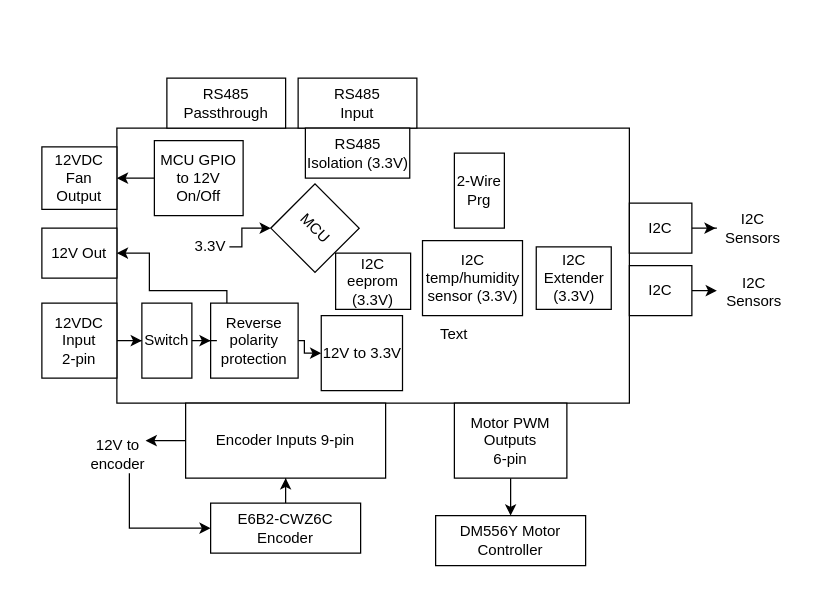
This is jrdish_axis_controller/docs/board_diagram.drawio from jrseti/pcbs, a draw.io file, before an edit. Source tidied: cells renumbered, new cells numbered last; positions are measured from the earlier drawing's top-left corner, leaving out a move shared by most shapes. Both pictures are drawn from the tidied source at 125%, with x=0, y=0 at pixel (41, 78).
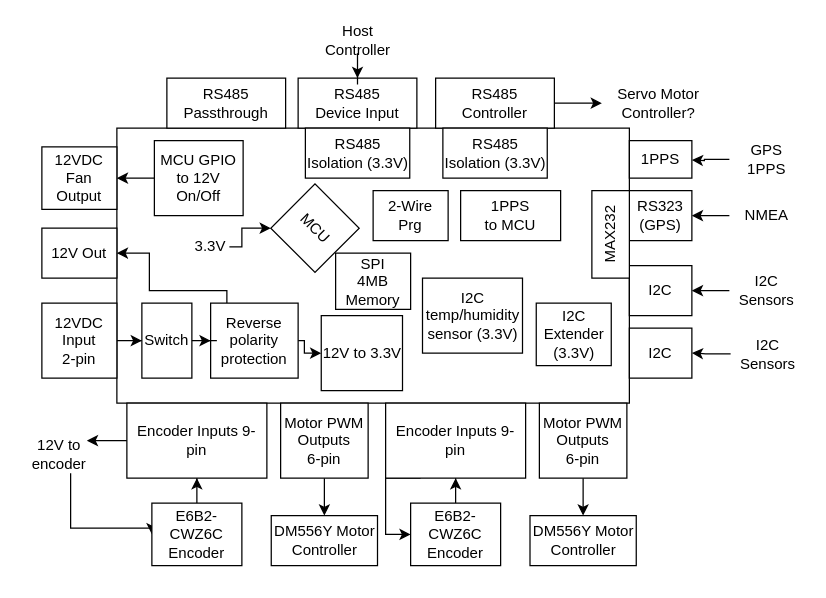
The same page after the edit.

Change to the diagram source:
```diff
@@
     <mxCell id="4" value="Motor PWM&lt;div&gt;Outputs&lt;/div&gt;&lt;div&gt;6-pin&lt;/div&gt;" style="rounded=0;whiteSpace=wrap;html=1;" parent="1" vertex="1">
-      <mxGeometry x="330" y="260" width="90" height="60" as="geometry" />
+      <mxGeometry x="191" y="260" width="70" height="60" as="geometry" />
     </mxCell>
     <mxCell id="5" value="Encoder Inputs 9-p&lt;span style=&quot;background-color: transparent; color: light-dark(rgb(0, 0, 0), rgb(255, 255, 255));&quot;&gt;in&lt;/span&gt;" style="rounded=0;whiteSpace=wrap;html=1;" parent="1" vertex="1">
-      <mxGeometry x="115" y="260" width="160" height="60" as="geometry" />
+      <mxGeometry x="68" y="260" width="112" height="60" as="geometry" />
     </mxCell>
@@
-    <mxCell id="8" value="RS485&lt;div&gt;Input&lt;/div&gt;" style="rounded=0;whiteSpace=wrap;html=1;" parent="1" vertex="1">
+    <mxCell id="8" value="RS485&lt;div&gt;Device Input&lt;/div&gt;" style="rounded=0;whiteSpace=wrap;html=1;" parent="1" vertex="1">
       <mxGeometry x="205" width="95" height="40" as="geometry" />
     </mxCell>
@@
-    <mxCell id="10" style="edgeStyle=orthogonalEdgeStyle;rounded=0;jettySize=auto;html=1;" parent="1" edge="1" source="11" target="30">
-      <mxGeometry relative="1" as="geometry" />
-    </mxCell>
     <mxCell id="11" value="I2C" style="rounded=0;whiteSpace=wrap;html=1;" parent="1" vertex="1">
-      <mxGeometry x="470" y="100" width="50" height="40" as="geometry" />
+      <mxGeometry x="470" y="150" width="50" height="40" as="geometry" />
     </mxCell>
     <mxCell id="12" value="2-Wire&lt;div&gt;Prg&lt;/div&gt;" style="rounded=0;whiteSpace=wrap;html=1;" parent="1" vertex="1">
-      <mxGeometry x="330" y="60" width="40" height="60" as="geometry" />
+      <mxGeometry x="265" y="90" width="60" height="40" as="geometry" />
     </mxCell>
@@
-    <mxCell id="18" style="edgeStyle=orthogonalEdgeStyle;rounded=0;jettySize=auto;html=1;" parent="1" edge="1" source="19" target="31">
-      <mxGeometry relative="1" as="geometry" />
-    </mxCell>
     <mxCell id="19" value="I2C" style="rounded=0;whiteSpace=wrap;html=1;" parent="1" vertex="1">
-      <mxGeometry x="470" y="150" width="50" height="40" as="geometry" />
+      <mxGeometry x="470" y="200" width="50" height="40" as="geometry" />
     </mxCell>
     <mxCell id="20" value="I2C&lt;div&gt;Extender (3.3V)&lt;/div&gt;" style="rounded=0;whiteSpace=wrap;html=1;" parent="1" vertex="1">
-      <mxGeometry x="395.5" y="135" width="60" height="50" as="geometry" />
+      <mxGeometry x="395.5" y="180" width="60" height="50" as="geometry" />
     </mxCell>
     <mxCell id="21" value="I2C temp/humidity&lt;div&gt;sensor (3.3V)&lt;/div&gt;" style="rounded=0;whiteSpace=wrap;html=1;" parent="1" vertex="1">
-      <mxGeometry x="304.5" y="130" width="80" height="60" as="geometry" />
+      <mxGeometry x="304.5" y="160" width="80" height="60" as="geometry" />
     </mxCell>
-    <mxCell id="22" value="I2C eeprom (3.3V)" style="rounded=0;whiteSpace=wrap;html=1;" parent="1" vertex="1">
+    <mxCell id="22" value="SPI&lt;div&gt;4MB&lt;/div&gt;&lt;div&gt;Memory&lt;/div&gt;" style="rounded=0;whiteSpace=wrap;html=1;" parent="1" vertex="1">
       <mxGeometry x="235" y="140" width="60" height="45" as="geometry" />
     </mxCell>
-    <mxCell id="23" style="edgeStyle=orthogonalEdgeStyle;rounded=0;jettySize=auto;html=1;entryX=0;entryY=0.5;entryDx=0;entryDy=0;" parent="1" edge="1" source="24" target="27">
+    <mxCell id="23" style="edgeStyle=orthogonalEdgeStyle;rounded=0;orthogonalLoop=1;jettySize=auto;html=1;entryX=0;entryY=0.5;entryDx=0;entryDy=0;" parent="1" edge="1">
       <mxGeometry relative="1" as="geometry">
+        <mxPoint x="23" y="316" as="sourcePoint" />
+        <mxPoint x="88" y="365" as="targetPoint" />
         <Array as="points">
-          <mxPoint x="70" y="360" />
+          <mxPoint x="23" y="360" />
         </Array>
       </mxGeometry>
     </mxCell>
     <mxCell id="24" value="12V to encoder" style="text;html=1;whiteSpace=wrap;strokeColor=none;fillColor=none;align=center;verticalAlign=middle;rounded=0;" parent="1" vertex="1">
-      <mxGeometry x="31" y="286" width="60" height="30" as="geometry" />
+      <mxGeometry x="-16" y="286" width="60" height="30" as="geometry" />
     </mxCell>
     <mxCell id="25" value="DM556Y Motor Controller" style="rounded=0;whiteSpace=wrap;html=1;" parent="1" vertex="1">
-      <mxGeometry x="315" y="350" width="120" height="40" as="geometry" />
+      <mxGeometry x="183.5" y="350" width="85" height="40" as="geometry" />
     </mxCell>
@@
     <mxCell id="27" value="E6B2-CWZ6C Encoder" style="rounded=0;whiteSpace=wrap;html=1;" parent="1" vertex="1">
-      <mxGeometry x="135" y="340" width="120" height="40" as="geometry" />
+      <mxGeometry x="88" y="340" width="72" height="50" as="geometry" />
     </mxCell>
@@
-    <mxCell id="29" value="Text" style="text;html=1;whiteSpace=wrap;strokeColor=none;fillColor=none;align=center;verticalAlign=middle;rounded=0;" parent="1" vertex="1">
-      <mxGeometry x="300" y="190" width="60" height="30" as="geometry" />
-    </mxCell>
+    <mxCell id="41" style="edgeStyle=orthogonalEdgeStyle;rounded=0;jettySize=auto;html=1;entryX=1;entryY=0.5;entryDx=0;entryDy=0;" parent="1" edge="1" source="30" target="11">
+      <mxGeometry relative="1" as="geometry" />
+    </mxCell>
     <mxCell id="30" value="I2C&lt;div&gt;Sensors&lt;/div&gt;" style="text;html=1;whiteSpace=wrap;strokeColor=none;fillColor=none;align=center;verticalAlign=middle;rounded=0;" parent="1" vertex="1">
-      <mxGeometry x="539" y="105" width="60" height="30" as="geometry" />
+      <mxGeometry x="550" y="155" width="60" height="30" as="geometry" />
     </mxCell>
+    <mxCell id="42" style="edgeStyle=orthogonalEdgeStyle;rounded=0;jettySize=auto;html=1;entryX=1;entryY=0.5;entryDx=0;entryDy=0;" parent="1" edge="1" source="31" target="19">
+      <mxGeometry relative="1" as="geometry" />
+    </mxCell>
     <mxCell id="31" value="I2C&lt;div&gt;Sensors&lt;/div&gt;" style="text;html=1;whiteSpace=wrap;strokeColor=none;fillColor=none;align=center;verticalAlign=middle;rounded=0;" parent="1" vertex="1">
-      <mxGeometry x="540" y="155.5" width="60" height="30" as="geometry" />
+      <mxGeometry x="551" y="205.5" width="60" height="30" as="geometry" />
     </mxCell>
@@
+    <mxCell id="43" style="edgeStyle=orthogonalEdgeStyle;rounded=0;jettySize=auto;html=1;" parent="1" edge="1" source="44" target="50">
+      <mxGeometry relative="1" as="geometry" />
+    </mxCell>
+    <mxCell id="44" value="RS485&lt;div&gt;Controller&lt;/div&gt;" style="rounded=0;whiteSpace=wrap;html=1;" parent="1" vertex="1">
+      <mxGeometry x="315" width="95" height="40" as="geometry" />
+    </mxCell>
+    <mxCell id="45" value="RS323&lt;div&gt;(GPS)&lt;/div&gt;" style="rounded=0;whiteSpace=wrap;html=1;" parent="1" vertex="1">
+      <mxGeometry x="470" y="90" width="50" height="40" as="geometry" />
+    </mxCell>
+    <mxCell id="46" value="1PPS" style="rounded=0;whiteSpace=wrap;html=1;" parent="1" vertex="1">
+      <mxGeometry x="470" y="50" width="50" height="30" as="geometry" />
+    </mxCell>
+    <mxCell id="47" value="MAX232" style="rounded=0;whiteSpace=wrap;html=1;rotation=-90;" parent="1" vertex="1">
+      <mxGeometry x="420" y="110" width="70" height="30" as="geometry" />
+    </mxCell>
+    <mxCell id="48" value="1PPS&lt;div&gt;to MCU&lt;/div&gt;" style="rounded=0;whiteSpace=wrap;html=1;" parent="1" vertex="1">
+      <mxGeometry x="335" y="90" width="80" height="40" as="geometry" />
+    </mxCell>
+    <mxCell id="49" value="RS485&lt;div&gt;Isolation (3.3V)&lt;/div&gt;" style="rounded=0;whiteSpace=wrap;html=1;" parent="1" vertex="1">
+      <mxGeometry x="320.8" y="40" width="83.5" height="40" as="geometry" />
+    </mxCell>
+    <mxCell id="50" value="Servo Motor&lt;div&gt;Controller?&lt;/div&gt;" style="text;html=1;whiteSpace=wrap;strokeColor=none;fillColor=none;align=center;verticalAlign=middle;rounded=0;" parent="1" vertex="1">
+      <mxGeometry x="448" y="5" width="91" height="30" as="geometry" />
+    </mxCell>
+    <mxCell id="51" style="edgeStyle=orthogonalEdgeStyle;rounded=0;jettySize=auto;html=1;entryX=1;entryY=0.5;entryDx=0;entryDy=0;" parent="1" edge="1" source="52" target="45">
+      <mxGeometry relative="1" as="geometry" />
+    </mxCell>
+    <mxCell id="52" value="NMEA" style="text;html=1;whiteSpace=wrap;strokeColor=none;fillColor=none;align=center;verticalAlign=middle;rounded=0;" parent="1" vertex="1">
+      <mxGeometry x="550" y="95" width="60" height="30" as="geometry" />
+    </mxCell>
+    <mxCell id="53" style="edgeStyle=orthogonalEdgeStyle;rounded=0;jettySize=auto;html=1;entryX=1;entryY=0.25;entryDx=0;entryDy=0;" parent="1" edge="1" source="54">
+      <mxGeometry relative="1" as="geometry">
+        <mxPoint x="520" y="65.5" as="targetPoint" />
+      </mxGeometry>
+    </mxCell>
+    <mxCell id="54" value="GPS&lt;div&gt;1PPS&lt;/div&gt;" style="text;html=1;whiteSpace=wrap;strokeColor=none;fillColor=none;align=center;verticalAlign=middle;rounded=0;" parent="1" vertex="1">
+      <mxGeometry x="550" y="50" width="60" height="30" as="geometry" />
+    </mxCell>
+    <mxCell id="55" style="edgeStyle=orthogonalEdgeStyle;rounded=0;jettySize=auto;html=1;entryX=0.5;entryY=0;entryDx=0;entryDy=0;" parent="1" edge="1" source="56" target="8">
+      <mxGeometry relative="1" as="geometry" />
+    </mxCell>
+    <mxCell id="56" value="Host&lt;div&gt;Controller&lt;/div&gt;" style="text;html=1;whiteSpace=wrap;strokeColor=none;fillColor=none;align=center;verticalAlign=middle;rounded=0;" parent="1" vertex="1">
+      <mxGeometry x="222.5" y="-45" width="60" height="30" as="geometry" />
+    </mxCell>
+    <mxCell id="57" style="edgeStyle=orthogonalEdgeStyle;rounded=0;jettySize=auto;html=1;entryX=0.5;entryY=0;entryDx=0;entryDy=0;" parent="1" edge="1" source="58" target="61">
+      <mxGeometry relative="1" as="geometry" />
+    </mxCell>
+    <mxCell id="58" value="Motor PWM&lt;div&gt;Outputs&lt;/div&gt;&lt;div&gt;6-pin&lt;/div&gt;" style="rounded=0;whiteSpace=wrap;html=1;" parent="1" vertex="1">
+      <mxGeometry x="398" y="260" width="70" height="60" as="geometry" />
+    </mxCell>
+    <mxCell id="59" style="edgeStyle=orthogonalEdgeStyle;rounded=0;jettySize=auto;html=1;exitX=0.25;exitY=1;exitDx=0;exitDy=0;entryX=0;entryY=0.5;entryDx=0;entryDy=0;" parent="1" edge="1" source="60" target="63">
+      <mxGeometry relative="1" as="geometry">
+        <Array as="points">
+          <mxPoint x="275" y="320" />
+          <mxPoint x="275" y="365" />
+        </Array>
+      </mxGeometry>
+    </mxCell>
+    <mxCell id="60" value="Encoder Inputs 9-p&lt;span style=&quot;background-color: transparent; color: light-dark(rgb(0, 0, 0), rgb(255, 255, 255));&quot;&gt;in&lt;/span&gt;" style="rounded=0;whiteSpace=wrap;html=1;" parent="1" vertex="1">
+      <mxGeometry x="275" y="260" width="112" height="60" as="geometry" />
+    </mxCell>
+    <mxCell id="61" value="DM556Y Motor Controller" style="rounded=0;whiteSpace=wrap;html=1;" parent="1" vertex="1">
+      <mxGeometry x="390.5" y="350" width="85" height="40" as="geometry" />
+    </mxCell>
+    <mxCell id="62" style="edgeStyle=orthogonalEdgeStyle;rounded=0;jettySize=auto;html=1;entryX=0.5;entryY=1;entryDx=0;entryDy=0;" parent="1" edge="1" source="63" target="60">
+      <mxGeometry relative="1" as="geometry" />
+    </mxCell>
+    <mxCell id="63" value="E6B2-CWZ6C Encoder" style="rounded=0;whiteSpace=wrap;html=1;" parent="1" vertex="1">
+      <mxGeometry x="295" y="340" width="72" height="50" as="geometry" />
+    </mxCell>
+    <mxCell id="64" style="edgeStyle=orthogonalEdgeStyle;rounded=0;orthogonalLoop=1;jettySize=auto;html=1;exitX=0.5;exitY=1;exitDx=0;exitDy=0;" parent="1" edge="1" source="27" target="27">
+      <mxGeometry relative="1" as="geometry" />
+    </mxCell>
```
